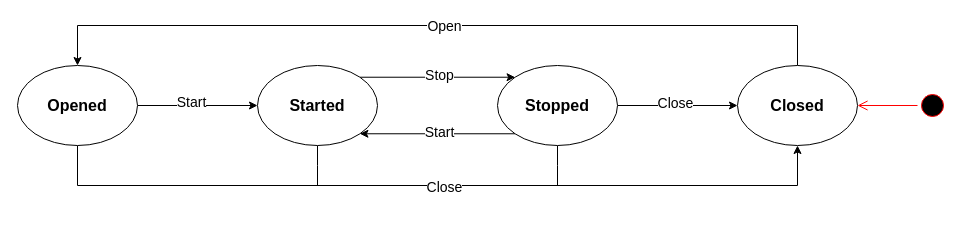
Before: docs/drawio/driver-lifecycle.drawio in pion/mediadevices, a draw.io diagram. Source tidied: cells renumbered, new cells numbered last; positions are measured from the earlier drawing's top-left corner, leaving out a move shared by most shapes. Both pictures are drawn from the tidied source at 100%, with x=0, y=0 at pixel (17, 25).
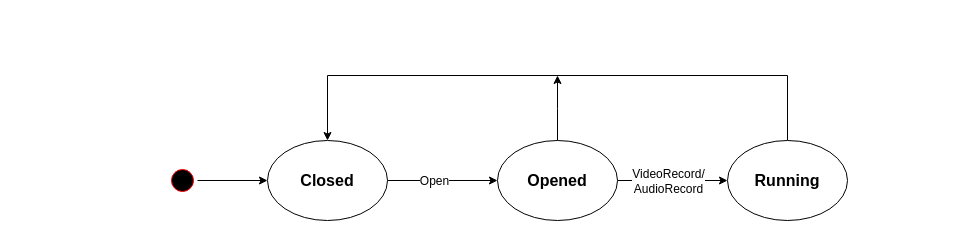
Above is the later version.

What changed in the source:
```diff
@@
-    <mxCell id="2" style="edgeStyle=orthogonalEdgeStyle;rounded=0;jettySize=auto;html=1;exitX=1;exitY=0.5;exitDx=0;exitDy=0;" parent="1" edge="1" source="5" target="9">
+    <mxCell id="2" style="edgeStyle=orthogonalEdgeStyle;rounded=0;jettySize=auto;html=1;exitX=1;exitY=0.5;exitDx=0;exitDy=0;entryX=0;entryY=0.5;entryDx=0;entryDy=0;" parent="1" edge="1" source="5" target="9">
       <mxGeometry relative="1" as="geometry" />
     </mxCell>
-    <mxCell id="3" style="edgeStyle=orthogonalEdgeStyle;rounded=0;jettySize=auto;html=1;exitX=0.5;exitY=1;exitDx=0;exitDy=0;entryX=0.5;entryY=1;entryDx=0;entryDy=0;" parent="1" edge="1" source="5" target="16">
-      <mxGeometry relative="1" as="geometry">
-        <Array as="points">
-          <mxPoint x="60" y="160" />
-          <mxPoint x="780" y="160" />
-        </Array>
-      </mxGeometry>
-    </mxCell>
-    <mxCell id="4" value="&lt;font style=&quot;font-size: 14px&quot;&gt;Close&lt;/font&gt;" style="text;html=1;align=center;verticalAlign=middle;labelBackgroundColor=#ffffff;fontStyle=0;" parent="3" vertex="1">
-      <mxGeometry x="0.03" y="-1" relative="1" as="geometry">
-        <mxPoint x="-6" as="offset" />
-      </mxGeometry>
-    </mxCell>
+    <mxCell id="22" value="&lt;div&gt;VideoRecord/&lt;/div&gt;&lt;div&gt;AudioRecord&lt;br&gt;&lt;/div&gt;" style="text;html=1;align=center;verticalAlign=middle;labelBackgroundColor=#ffffff;" parent="2" vertex="1">
+      <mxGeometry x="-0.29" y="1" relative="1" as="geometry">
+        <mxPoint x="11" y="1" as="offset" />
+      </mxGeometry>
+    </mxCell>
+    <mxCell id="23" style="edgeStyle=orthogonalEdgeStyle;rounded=0;jettySize=auto;html=1;exitX=0.5;exitY=0;exitDx=0;exitDy=0;endArrow=classic;endFill=1;" parent="1" edge="1" source="5">
+      <mxGeometry relative="1" as="geometry">
+        <mxPoint x="540" y="50" as="targetPoint" />
+      </mxGeometry>
+    </mxCell>
     <mxCell id="5" value="&lt;font style=&quot;font-size: 16px&quot;&gt;&lt;b&gt;Opened&lt;/b&gt;&lt;/font&gt;" style="ellipse;whiteSpace=wrap;html=1;" parent="1" vertex="1">
-      <mxGeometry y="40" width="120" height="80" as="geometry" />
+      <mxGeometry x="480" y="115" width="120" height="80" as="geometry" />
     </mxCell>
-    <mxCell id="6" style="edgeStyle=orthogonalEdgeStyle;rounded=0;jettySize=auto;html=1;exitX=1;exitY=0;exitDx=0;exitDy=0;entryX=0;entryY=0;entryDx=0;entryDy=0;" parent="1" edge="1" source="9" target="13">
-      <mxGeometry relative="1" as="geometry" />
-    </mxCell>
-    <mxCell id="7" value="Stop" style="text;html=1;align=center;verticalAlign=middle;labelBackgroundColor=#ffffff;fontSize=14;fontStyle=0;" parent="6" vertex="1">
-      <mxGeometry x="0.15" y="-2" relative="1" as="geometry">
-        <mxPoint x="-10" y="-4" as="offset" />
-      </mxGeometry>
-    </mxCell>
-    <mxCell id="8" style="edgeStyle=orthogonalEdgeStyle;rounded=0;jettySize=auto;html=1;exitX=0.5;exitY=1;exitDx=0;exitDy=0;endArrow=none;endFill=0;" parent="1" edge="1" source="9">
-      <mxGeometry relative="1" as="geometry">
-        <mxPoint x="300" y="160" as="targetPoint" />
-      </mxGeometry>
-    </mxCell>
+    <mxCell id="24" style="edgeStyle=orthogonalEdgeStyle;rounded=0;jettySize=auto;html=1;exitX=0.5;exitY=0;exitDx=0;exitDy=0;entryX=0.5;entryY=0;entryDx=0;entryDy=0;" parent="1" edge="1" source="9" target="16">
+      <mxGeometry relative="1" as="geometry">
+        <Array as="points">
+          <mxPoint x="770" y="50" />
+          <mxPoint x="310" y="50" />
+        </Array>
+      </mxGeometry>
+    </mxCell>
-    <mxCell id="9" value="&lt;font style=&quot;font-size: 16px&quot;&gt;&lt;b&gt;Started&lt;/b&gt;&lt;/font&gt;" style="ellipse;whiteSpace=wrap;html=1;" parent="1" vertex="1">
-      <mxGeometry x="240" y="40" width="120" height="80" as="geometry" />
+    <mxCell id="9" value="&lt;font style=&quot;font-size: 16px&quot;&gt;&lt;b&gt;Running&lt;/b&gt;&lt;/font&gt;" style="ellipse;whiteSpace=wrap;html=1;" parent="1" vertex="1">
+      <mxGeometry x="710" y="115" width="120" height="80" as="geometry" />
     </mxCell>
-    <mxCell id="10" style="edgeStyle=orthogonalEdgeStyle;rounded=0;jettySize=auto;html=1;exitX=0;exitY=1;exitDx=0;exitDy=0;entryX=1;entryY=1;entryDx=0;entryDy=0;" parent="1" edge="1" source="13" target="9">
-      <mxGeometry relative="1" as="geometry" />
-    </mxCell>
-    <mxCell id="11" style="edgeStyle=orthogonalEdgeStyle;rounded=0;jettySize=auto;html=1;exitX=1;exitY=0.5;exitDx=0;exitDy=0;entryX=0;entryY=0.5;entryDx=0;entryDy=0;" parent="1" edge="1" source="13" target="16">
-      <mxGeometry relative="1" as="geometry" />
-    </mxCell>
-    <mxCell id="12" style="edgeStyle=orthogonalEdgeStyle;rounded=0;jettySize=auto;html=1;exitX=0.5;exitY=1;exitDx=0;exitDy=0;endArrow=none;endFill=0;" parent="1" edge="1" source="13">
-      <mxGeometry relative="1" as="geometry">
-        <mxPoint x="540" y="160" as="targetPoint" />
-      </mxGeometry>
-    </mxCell>
-    <mxCell id="13" value="&lt;font style=&quot;font-size: 16px&quot;&gt;&lt;b&gt;Stopped&lt;/b&gt;&lt;/font&gt;" style="ellipse;whiteSpace=wrap;html=1;" parent="1" vertex="1">
-      <mxGeometry x="480" y="40" width="120" height="80" as="geometry" />
-    </mxCell>
-    <mxCell id="14" style="edgeStyle=orthogonalEdgeStyle;rounded=0;jettySize=auto;html=1;exitX=0.5;exitY=0;exitDx=0;exitDy=0;entryX=0.5;entryY=0;entryDx=0;entryDy=0;" parent="1" edge="1" source="16" target="5">
-      <mxGeometry relative="1" as="geometry">
-        <Array as="points">
-          <mxPoint x="780" />
-          <mxPoint x="60" />
-        </Array>
-      </mxGeometry>
+    <mxCell id="14" style="edgeStyle=orthogonalEdgeStyle;rounded=0;jettySize=auto;html=1;exitX=1;exitY=0.5;exitDx=0;exitDy=0;entryX=0;entryY=0.5;entryDx=0;entryDy=0;" parent="1" edge="1" source="16" target="5">
+      <mxGeometry relative="1" as="geometry" />
     </mxCell>
-    <mxCell id="15" value="Open" style="text;html=1;align=center;verticalAlign=middle;labelBackgroundColor=#ffffff;fontSize=14;fontStyle=0;" parent="14" vertex="1">
-      <mxGeometry x="-0.04" y="2" relative="1" as="geometry">
-        <mxPoint x="-10" y="-2" as="offset" />
-      </mxGeometry>
+    <mxCell id="15" value="Open" style="text;html=1;align=center;verticalAlign=middle;labelBackgroundColor=#ffffff;" parent="14" vertex="1">
+      <mxGeometry x="-0.17" relative="1" as="geometry" />
     </mxCell>
     <mxCell id="16" value="&lt;font style=&quot;font-size: 16px&quot;&gt;&lt;b&gt;Closed&lt;/b&gt;&lt;/font&gt;" style="ellipse;whiteSpace=wrap;html=1;" parent="1" vertex="1">
-      <mxGeometry x="720" y="40" width="120" height="80" as="geometry" />
+      <mxGeometry x="250" y="115" width="120" height="80" as="geometry" />
     </mxCell>
-    <mxCell id="17" value="Start" style="text;html=1;align=center;verticalAlign=middle;labelBackgroundColor=#ffffff;fontSize=14;fontStyle=0;" parent="1" vertex="1">
-      <mxGeometry x="428" y="110" as="geometry">
-        <mxPoint x="-7" y="-4" as="offset" />
-      </mxGeometry>
-    </mxCell>
-    <mxCell id="18" value="Start" style="text;html=1;align=center;verticalAlign=middle;labelBackgroundColor=#ffffff;fontSize=14;fontStyle=0;" parent="1" vertex="1">
-      <mxGeometry x="180" y="80" as="geometry">
-        <mxPoint x="-7" y="-4" as="offset" />
-      </mxGeometry>
-    </mxCell>
-    <mxCell id="19" value="&lt;font style=&quot;font-size: 14px&quot;&gt;Close&lt;/font&gt;" style="text;html=1;align=center;verticalAlign=middle;labelBackgroundColor=#ffffff;fontStyle=0;" parent="1" vertex="1">
-      <mxGeometry x="435" y="171" as="geometry">
-        <mxPoint x="222" y="-94" as="offset" />
-      </mxGeometry>
-    </mxCell>
+    <mxCell id="21" style="edgeStyle=orthogonalEdgeStyle;rounded=0;jettySize=auto;html=1;exitX=1;exitY=0.5;exitDx=0;exitDy=0;entryX=0;entryY=0.5;entryDx=0;entryDy=0;" parent="1" edge="1" source="20" target="16">
+      <mxGeometry relative="1" as="geometry" />
+    </mxCell>
     <mxCell id="20" style="ellipse;html=1;shape=startState;fillColor=#000000;strokeColor=#ff0000;fontSize=14;" parent="1" vertex="1">
-      <mxGeometry x="900" y="65" width="30" height="30" as="geometry" />
+      <mxGeometry x="150" y="140" width="30" height="30" as="geometry" />
     </mxCell>
-    <mxCell id="21" style="edgeStyle=orthogonalEdgeStyle;html=1;verticalAlign=bottom;endArrow=open;endSize=8;strokeColor=#ff0000;fontSize=14;entryX=1;entryY=0.5;entryDx=0;entryDy=0;" parent="1" edge="1" source="20" target="16">
-      <mxGeometry relative="1" as="geometry" />
-    </mxCell>
```
